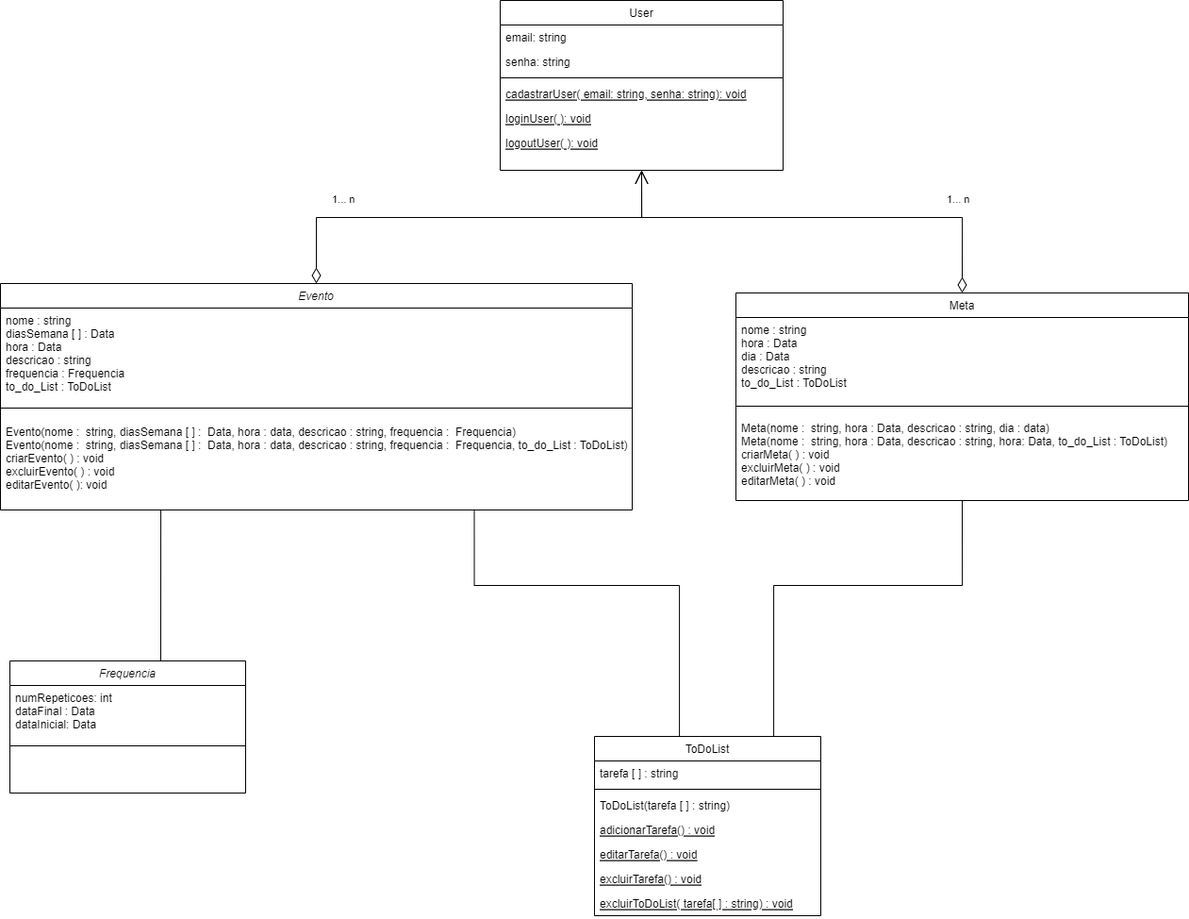
The draw.io diagram docs/_media/FGAgenda_v1.drawio.png in TaynaraCris/2021.2-FGAgenda, before a commit. Source tidied: cells renumbered, new cells last; positions are measured from the earlier drawing's top-left corner, leaving out a move shared by most shapes.
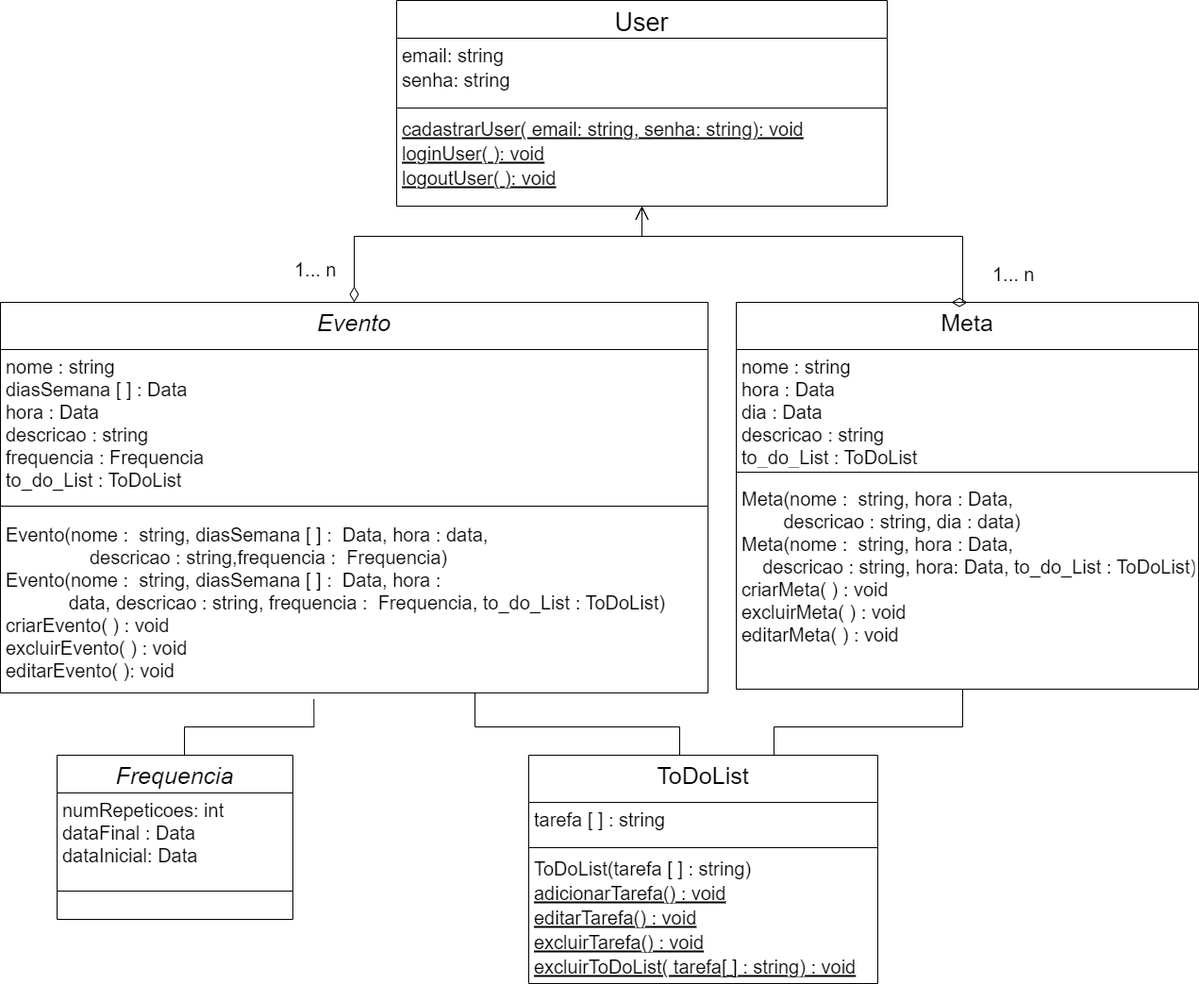
Above is the later version.

Commit message:
adicionando imagem de diagrama de classes

The edit, as a diff of the source:
```diff
@@ -2,124 +2,126 @@
   <root>
     <mxCell id="0" />
     <mxCell id="1" parent="0" />
-    <mxCell id="2" value="Evento" style="swimlane;fontStyle=2;align=center;verticalAlign=top;horizontal=1;startSize=26;rounded=0;shadow=0;strokeWidth=1;" parent="1" vertex="1">
-      <mxGeometry y="300" width="670" height="240" as="geometry" />
+    <mxCell id="2" value="Evento" style="swimlane;fontStyle=2;align=center;verticalAlign=top;horizontal=1;startSize=50;rounded=0;shadow=0;strokeWidth=1;fontSize=25;" parent="1" vertex="1">
+      <mxGeometry y="300" width="750" height="414" as="geometry" />
     </mxCell>
-    <mxCell id="3" value="nome : string&#10;diasSemana [ ] : Data&#10;hora : Data&#10;descricao : string&#10;frequencia : Frequencia&#10;to_do_List : ToDoList" style="text;align=left;verticalAlign=top;spacingLeft=4;spacingRight=4;overflow=hidden;rounded=0;shadow=0;html=0;" parent="2" vertex="1">
-      <mxGeometry y="26" width="670" height="94" as="geometry" />
+    <mxCell id="3" value="nome : string&#10;diasSemana [ ] : Data&#10;hora : Data&#10;descricao : string&#10;frequencia : Frequencia&#10;to_do_List : ToDoList" style="text;align=left;verticalAlign=top;spacingLeft=4;spacingRight=4;overflow=hidden;rounded=0;shadow=0;html=0;fontSize=20;" parent="2" vertex="1">
+      <mxGeometry y="50" width="750" height="154" as="geometry" />
     </mxCell>
-    <mxCell id="4" style="line;html=1;strokeWidth=1;align=left;verticalAlign=middle;spacingTop=-1;spacingLeft=3;spacingRight=3;labelPosition=right;" parent="2" vertex="1">
-      <mxGeometry y="120" width="670" height="24" as="geometry" />
+    <mxCell id="4" style="line;html=1;strokeWidth=1;align=left;verticalAlign=middle;spacingTop=-1;spacingLeft=3;spacingRight=3;labelPosition=right;fontSize=20;" parent="2" vertex="1">
+      <mxGeometry y="204" width="750" height="24" as="geometry" />
     </mxCell>
-    <mxCell id="5" value="Evento(nome :  string, diasSemana [ ] :  Data, hora : data, descricao : string, frequencia :  Frequencia)&#10;Evento(nome :  string, diasSemana [ ] :  Data, hora : data, descricao : string, frequencia :  Frequencia, to_do_List : ToDoList)&#10;criarEvento( ) : void&#10;excluirEvento( ) : void&#10;editarEvento( ): void" style="text;align=left;verticalAlign=top;spacingLeft=4;spacingRight=4;overflow=hidden;points=[[0,0.5],[1,0.5]];portConstraint=eastwest;" parent="2" vertex="1">
-      <mxGeometry y="144" width="670" height="76" as="geometry" />
+    <mxCell id="5" value="Evento(nome :  string, diasSemana [ ] :  Data, hora : data, &#10;                descricao : string,frequencia :  Frequencia)&#10;Evento(nome :  string, diasSemana [ ] :  Data, hora : &#10;            data, descricao : string, frequencia :  Frequencia, to_do_List : ToDoList)&#10;criarEvento( ) : void&#10;excluirEvento( ) : void&#10;editarEvento( ): void" style="text;align=left;verticalAlign=top;spacingLeft=4;spacingRight=4;overflow=hidden;points=[[0,0.5],[1,0.5]];portConstraint=eastwest;fontSize=20;" parent="2" vertex="1">
+      <mxGeometry y="228" width="750" height="186" as="geometry" />
     </mxCell>
-    <mxCell id="6" value="ToDoList" style="swimlane;fontStyle=0;align=center;verticalAlign=top;horizontal=1;startSize=26;rounded=0;shadow=0;strokeWidth=1;" parent="1" vertex="1">
-      <mxGeometry x="630" y="780" width="240" height="190" as="geometry" />
+    <mxCell id="6" value="ToDoList" style="swimlane;fontStyle=0;align=center;verticalAlign=top;horizontal=1;startSize=50;rounded=0;shadow=0;strokeWidth=1;fontSize=25;" parent="1" vertex="1">
+      <mxGeometry x="560" y="780" width="370" height="242" as="geometry" />
     </mxCell>
-    <mxCell id="7" value="tarefa [ ] : string " style="text;align=left;verticalAlign=top;spacingLeft=4;spacingRight=4;overflow=hidden;" parent="6" vertex="1">
-      <mxGeometry y="26" width="240" height="26" as="geometry" />
+    <mxCell id="7" value="tarefa [ ] : string " style="text;align=left;verticalAlign=top;spacingLeft=4;spacingRight=4;overflow=hidden;fontSize=20;" parent="6" vertex="1">
+      <mxGeometry y="50" width="370" height="44" as="geometry" />
     </mxCell>
-    <mxCell id="8" style="line;html=1;strokeWidth=1;align=left;verticalAlign=middle;spacingTop=-1;spacingLeft=3;spacingRight=3;labelPosition=right;" parent="6" vertex="1">
-      <mxGeometry y="52" width="240" height="8" as="geometry" />
+    <mxCell id="8" style="line;html=1;strokeWidth=1;align=left;verticalAlign=middle;spacingTop=-1;spacingLeft=3;spacingRight=3;labelPosition=right;fontSize=20;" parent="6" vertex="1">
+      <mxGeometry y="94" width="370" height="8" as="geometry" />
     </mxCell>
-    <mxCell id="9" value="ToDoList(tarefa [ ] : string)" style="text;align=left;verticalAlign=top;spacingLeft=4;spacingRight=4;overflow=hidden;fontStyle=0;" parent="6" vertex="1">
-      <mxGeometry y="60" width="240" height="26" as="geometry" />
+    <mxCell id="9" value="ToDoList(tarefa [ ] : string)" style="text;align=left;verticalAlign=top;spacingLeft=4;spacingRight=4;overflow=hidden;fontStyle=0;fontSize=20;" parent="6" vertex="1">
+      <mxGeometry y="102" width="370" height="26" as="geometry" />
     </mxCell>
-    <mxCell id="10" value="adicionarTarefa() : void" style="text;align=left;verticalAlign=top;spacingLeft=4;spacingRight=4;overflow=hidden;fontStyle=4;" parent="6" vertex="1">
-      <mxGeometry y="86" width="240" height="26" as="geometry" />
+    <mxCell id="10" value="adicionarTarefa() : void" style="text;align=left;verticalAlign=top;spacingLeft=4;spacingRight=4;overflow=hidden;fontStyle=4;fontSize=20;" parent="6" vertex="1">
+      <mxGeometry y="128" width="370" height="26" as="geometry" />
     </mxCell>
-    <mxCell id="11" value="editarTarefa() : void" style="text;align=left;verticalAlign=top;spacingLeft=4;spacingRight=4;overflow=hidden;fontStyle=4;" parent="6" vertex="1">
-      <mxGeometry y="112" width="240" height="26" as="geometry" />
+    <mxCell id="11" value="editarTarefa() : void" style="text;align=left;verticalAlign=top;spacingLeft=4;spacingRight=4;overflow=hidden;fontStyle=4;fontSize=20;" parent="6" vertex="1">
+      <mxGeometry y="154" width="370" height="26" as="geometry" />
     </mxCell>
-    <mxCell id="12" value="excluirTarefa() : void" style="text;align=left;verticalAlign=top;spacingLeft=4;spacingRight=4;overflow=hidden;fontStyle=4;" parent="6" vertex="1">
-      <mxGeometry y="138" width="240" height="26" as="geometry" />
+    <mxCell id="12" value="excluirTarefa() : void" style="text;align=left;verticalAlign=top;spacingLeft=4;spacingRight=4;overflow=hidden;fontStyle=4;fontSize=20;" parent="6" vertex="1">
+      <mxGeometry y="180" width="370" height="26" as="geometry" />
     </mxCell>
-    <mxCell id="13" value="excluirToDoList( tarefa[ ] : string) : void" style="text;align=left;verticalAlign=top;spacingLeft=4;spacingRight=4;overflow=hidden;fontStyle=4;" parent="6" vertex="1">
-      <mxGeometry y="164" width="240" height="26" as="geometry" />
+    <mxCell id="13" value="excluirToDoList( tarefa[ ] : string) : void" style="text;align=left;verticalAlign=top;spacingLeft=4;spacingRight=4;overflow=hidden;fontStyle=4;fontSize=20;" parent="6" vertex="1">
+      <mxGeometry y="206" width="370" height="26" as="geometry" />
     </mxCell>
-    <mxCell id="14" value="Meta" style="swimlane;fontStyle=0;align=center;verticalAlign=top;horizontal=1;startSize=26;rounded=0;shadow=0;strokeWidth=1;" parent="1" vertex="1">
-      <mxGeometry x="780" y="310" width="480" height="220" as="geometry" />
+    <mxCell id="14" value="Meta" style="swimlane;fontStyle=0;align=center;verticalAlign=top;horizontal=1;startSize=50;rounded=0;shadow=0;strokeWidth=1;fontSize=25;" parent="1" vertex="1">
+      <mxGeometry x="780" y="300" width="490" height="410" as="geometry" />
     </mxCell>
-    <mxCell id="15" value="nome : string&#10;hora : Data&#10;dia : Data&#10;descricao : string&#10;to_do_List : ToDoList" style="text;align=left;verticalAlign=top;spacingLeft=4;spacingRight=4;overflow=hidden;" parent="14" vertex="1">
-      <mxGeometry y="26" width="480" height="84" as="geometry" />
+    <mxCell id="15" value="nome : string&#10;hora : Data&#10;dia : Data&#10;descricao : string&#10;to_do_List : ToDoList" style="text;align=left;verticalAlign=top;spacingLeft=4;spacingRight=4;overflow=hidden;fontSize=20;" parent="14" vertex="1">
+      <mxGeometry y="50" width="490" height="120" as="geometry" />
     </mxCell>
-    <mxCell id="16" style="line;html=1;strokeWidth=1;align=left;verticalAlign=middle;spacingTop=-1;spacingLeft=3;spacingRight=3;labelPosition=right;" parent="14" vertex="1">
-      <mxGeometry y="110" width="480" height="20" as="geometry" />
+    <mxCell id="16" style="line;html=1;strokeWidth=1;align=left;verticalAlign=middle;spacingTop=-1;spacingLeft=3;spacingRight=3;labelPosition=right;fontSize=20;" parent="14" vertex="1">
+      <mxGeometry y="170" width="490" height="20" as="geometry" />
     </mxCell>
-    <mxCell id="17" value="Meta(nome :  string, hora : Data, descricao : string, dia : data)&#10;Meta(nome :  string, hora : Data, descricao : string, hora: Data, to_do_List : ToDoList)&#10;criarMeta( ) : void&#10;excluirMeta( ) : void&#10;editarMeta( ) : void" style="text;align=left;verticalAlign=top;spacingLeft=4;spacingRight=4;overflow=hidden;" parent="14" vertex="1">
-      <mxGeometry y="130" width="480" height="90" as="geometry" />
+    <mxCell id="17" value="Meta(nome :  string, hora : Data, &#10;        descricao : string, dia : data)&#10;Meta(nome :  string, hora : Data, &#10;    descricao : string, hora: Data, to_do_List : ToDoList)&#10;criarMeta( ) : void&#10;excluirMeta( ) : void&#10;editarMeta( ) : void" style="text;align=left;verticalAlign=top;spacingLeft=4;spacingRight=4;overflow=hidden;fontSize=20;" parent="14" vertex="1">
+      <mxGeometry y="190" width="490" height="174" as="geometry" />
     </mxCell>
-    <mxCell id="18" value="User" style="swimlane;fontStyle=0;align=center;verticalAlign=top;horizontal=1;startSize=26;rounded=0;shadow=0;strokeWidth=1;" parent="1" vertex="1">
-      <mxGeometry x="530" width="300" height="180" as="geometry" />
+    <mxCell id="18" value="User" style="swimlane;fontStyle=0;align=center;verticalAlign=top;horizontal=1;startSize=40;rounded=0;shadow=0;strokeWidth=1;fontSize=27;" parent="1" vertex="1">
+      <mxGeometry x="420" y="-20" width="520" height="218" as="geometry" />
     </mxCell>
-    <mxCell id="19" value="email: string" style="text;align=left;verticalAlign=top;spacingLeft=4;spacingRight=4;overflow=hidden;" parent="18" vertex="1">
-      <mxGeometry y="26" width="300" height="26" as="geometry" />
+    <mxCell id="19" value="email: string" style="text;align=left;verticalAlign=top;spacingLeft=4;spacingRight=4;overflow=hidden;fontSize=20;" parent="18" vertex="1">
+      <mxGeometry y="40" width="520" height="26" as="geometry" />
     </mxCell>
-    <mxCell id="20" value="senha: string" style="text;align=left;verticalAlign=top;spacingLeft=4;spacingRight=4;overflow=hidden;rounded=0;shadow=0;html=0;" parent="18" vertex="1">
-      <mxGeometry y="52" width="300" height="26" as="geometry" />
+    <mxCell id="20" value="senha: string" style="text;align=left;verticalAlign=top;spacingLeft=4;spacingRight=4;overflow=hidden;rounded=0;shadow=0;html=0;fontSize=20;" parent="18" vertex="1">
+      <mxGeometry y="66" width="520" height="44" as="geometry" />
     </mxCell>
-    <mxCell id="21" style="line;html=1;strokeWidth=1;align=left;verticalAlign=middle;spacingTop=-1;spacingLeft=3;spacingRight=3;labelPosition=right;" parent="18" vertex="1">
-      <mxGeometry y="78" width="300" height="8" as="geometry" />
+    <mxCell id="21" style="line;html=1;strokeWidth=1;align=left;verticalAlign=middle;spacingTop=-1;spacingLeft=3;spacingRight=3;labelPosition=right;fontSize=20;" parent="18" vertex="1">
+      <mxGeometry y="110" width="520" height="8" as="geometry" />
     </mxCell>
-    <mxCell id="22" value="cadastrarUser( email: string, senha: string): void" style="text;align=left;verticalAlign=top;spacingLeft=4;spacingRight=4;overflow=hidden;fontStyle=4;" parent="18" vertex="1">
-      <mxGeometry y="86" width="300" height="26" as="geometry" />
+    <mxCell id="22" value="cadastrarUser( email: string, senha: string): void" style="text;align=left;verticalAlign=top;spacingLeft=4;spacingRight=4;overflow=hidden;fontStyle=4;fontSize=20;" parent="18" vertex="1">
+      <mxGeometry y="118" width="520" height="26" as="geometry" />
     </mxCell>
-    <mxCell id="23" value="loginUser( ): void" style="text;align=left;verticalAlign=top;spacingLeft=4;spacingRight=4;overflow=hidden;fontStyle=4;" parent="18" vertex="1">
-      <mxGeometry y="112" width="300" height="26" as="geometry" />
+    <mxCell id="23" value="loginUser( ): void" style="text;align=left;verticalAlign=top;spacingLeft=4;spacingRight=4;overflow=hidden;fontStyle=4;fontSize=20;" parent="18" vertex="1">
+      <mxGeometry y="144" width="520" height="26" as="geometry" />
     </mxCell>
-    <mxCell id="24" value="logoutUser( ): void" style="text;align=left;verticalAlign=top;spacingLeft=4;spacingRight=4;overflow=hidden;fontStyle=4;" parent="18" vertex="1">
-      <mxGeometry y="138" width="300" height="22" as="geometry" />
+    <mxCell id="24" value="logoutUser( ): void" style="text;align=left;verticalAlign=top;spacingLeft=4;spacingRight=4;overflow=hidden;fontStyle=4;fontSize=20;" parent="18" vertex="1">
+      <mxGeometry y="170" width="520" height="48" as="geometry" />
     </mxCell>
-    <mxCell id="25" value="Frequencia" style="swimlane;fontStyle=2;align=center;verticalAlign=top;horizontal=1;startSize=26;rounded=0;shadow=0;strokeWidth=1;" parent="1" vertex="1">
-      <mxGeometry x="10" y="700" width="250" height="140" as="geometry" />
+    <mxCell id="25" value="Frequencia" style="swimlane;fontStyle=2;align=center;verticalAlign=top;horizontal=1;startSize=40;rounded=0;shadow=0;strokeWidth=1;fontSize=25;" parent="1" vertex="1">
+      <mxGeometry x="60" y="780" width="250" height="174" as="geometry" />
     </mxCell>
-    <mxCell id="26" value="numRepeticoes: int&#10;dataFinal : Data&#10;dataInicial: Data" style="text;align=left;verticalAlign=top;spacingLeft=4;spacingRight=4;overflow=hidden;rounded=0;shadow=0;html=0;" parent="25" vertex="1">
-      <mxGeometry y="26" width="250" height="54" as="geometry" />
+    <mxCell id="26" value="numRepeticoes: int&#10;dataFinal : Data&#10;dataInicial: Data" style="text;align=left;verticalAlign=top;spacingLeft=4;spacingRight=4;overflow=hidden;rounded=0;shadow=0;html=0;fontSize=20;" parent="25" vertex="1">
+      <mxGeometry y="40" width="250" height="74" as="geometry" />
     </mxCell>
-    <mxCell id="27" style="line;html=1;strokeWidth=1;align=left;verticalAlign=middle;spacingTop=-1;spacingLeft=3;spacingRight=3;labelPosition=right;" parent="25" vertex="1">
-      <mxGeometry y="80" width="250" height="20" as="geometry" />
+    <mxCell id="27" style="line;html=1;strokeWidth=1;align=left;verticalAlign=middle;spacingTop=-1;spacingLeft=3;spacingRight=3;labelPosition=right;fontSize=20;" parent="25" vertex="1">
+      <mxGeometry y="114" width="250" height="60" as="geometry" />
     </mxCell>
-    <mxCell id="28" style="endArrow=none;html=1;edgeStyle=orthogonalEdgeStyle;rounded=0;exitX=0.75;exitY=0;exitDx=0;exitDy=0;entryX=0.5;entryY=1;entryDx=0;entryDy=0;" parent="1" edge="1" source="6" target="14">
+    <mxCell id="28" style="endArrow=none;html=1;edgeStyle=orthogonalEdgeStyle;rounded=0;exitX=0.75;exitY=0;exitDx=0;exitDy=0;entryX=0.5;entryY=1;entryDx=0;entryDy=0;fontSize=20;" parent="1" edge="1" source="6" target="14">
       <mxGeometry relative="1" as="geometry">
         <Array as="points">
           <mxPoint x="820" y="780" />
-          <mxPoint x="820" y="620" />
-          <mxPoint x="1020" y="620" />
+          <mxPoint x="820" y="750" />
+          <mxPoint x="1020" y="750" />
         </Array>
       </mxGeometry>
     </mxCell>
-    <mxCell id="29" style="endArrow=none;html=1;edgeStyle=orthogonalEdgeStyle;rounded=0;entryX=0.75;entryY=1;entryDx=0;entryDy=0;" parent="1" edge="1" source="6" target="2">
+    <mxCell id="29" style="endArrow=none;html=1;edgeStyle=orthogonalEdgeStyle;rounded=0;fontSize=20;" parent="1" edge="1" source="6">
       <mxGeometry relative="1" as="geometry">
+        <mxPoint x="503" y="714" as="targetPoint" />
         <Array as="points">
-          <mxPoint x="720" y="620" />
-          <mxPoint x="503" y="620" />
+          <mxPoint x="720" y="750" />
+          <mxPoint x="503" y="750" />
+          <mxPoint x="503" y="714" />
         </Array>
       </mxGeometry>
     </mxCell>
-    <mxCell id="30" value="1... n" style="endArrow=open;html=1;endSize=12;startArrow=diamondThin;startSize=14;startFill=0;edgeStyle=orthogonalEdgeStyle;align=left;verticalAlign=bottom;rounded=0;entryX=0.5;entryY=1;entryDx=0;entryDy=0;exitX=0.5;exitY=0;exitDx=0;exitDy=0;" parent="1" edge="1" source="2" target="18">
-      <mxGeometry x="-0.63" y="10" relative="1" as="geometry">
+    <mxCell id="30" value="1... n" style="endArrow=open;html=1;endSize=12;startArrow=diamondThin;startSize=14;startFill=0;edgeStyle=orthogonalEdgeStyle;align=left;verticalAlign=bottom;rounded=0;entryX=0.5;entryY=1;entryDx=0;entryDy=0;exitX=0.5;exitY=0;exitDx=0;exitDy=0;fontSize=20;" parent="1" edge="1" source="2" target="18">
+      <mxGeometry x="-0.9" y="65" relative="1" as="geometry">
         <Array as="points">
-          <mxPoint x="335" y="230" />
+          <mxPoint x="375" y="230" />
           <mxPoint x="680" y="230" />
         </Array>
       </mxGeometry>
     </mxCell>
-    <mxCell id="31" value="1... n" style="endArrow=open;html=1;endSize=12;startArrow=diamondThin;startSize=14;startFill=0;edgeStyle=orthogonalEdgeStyle;align=left;verticalAlign=bottom;rounded=0;exitX=0.5;exitY=0;exitDx=0;exitDy=0;entryX=0.5;entryY=1;entryDx=0;entryDy=0;" parent="1" edge="1" source="14" target="18">
-      <mxGeometry x="-0.58" y="-10" relative="1" as="geometry">
+    <mxCell id="31" value="1... n" style="endArrow=open;html=1;endSize=12;startArrow=diamondThin;startSize=14;startFill=0;edgeStyle=orthogonalEdgeStyle;align=left;verticalAlign=bottom;rounded=0;exitX=0.5;exitY=0;exitDx=0;exitDy=0;entryX=0.5;entryY=1;entryDx=0;entryDy=0;fontSize=20;" parent="1" edge="1" source="14" target="18">
+      <mxGeometry x="-0.91" y="-30" relative="1" as="geometry">
         <Array as="points">
           <mxPoint x="1020" y="230" />
           <mxPoint x="680" y="230" />
         </Array>
       </mxGeometry>
     </mxCell>
-    <mxCell id="32" style="endArrow=none;html=1;edgeStyle=orthogonalEdgeStyle;rounded=0;entryX=0.25;entryY=1;entryDx=0;entryDy=0;" parent="1" edge="1" target="2">
-      <mxGeometry relative="1" as="geometry">
-        <mxPoint x="170" y="700" as="sourcePoint" />
-        <Array as="points">
-          <mxPoint x="170" y="540" />
-        </Array>
-      </mxGeometry>
-    </mxCell>
+    <mxCell id="33" style="endArrow=none;html=1;edgeStyle=orthogonalEdgeStyle;rounded=0;fontSize=20;exitX=0.5;exitY=0;exitDx=0;exitDy=0;entryX=0.443;entryY=1.036;entryDx=0;entryDy=0;entryPerimeter=0;" parent="1" edge="1" source="25" target="5">
+      <mxGeometry relative="1" as="geometry">
+        <Array as="points">
+          <mxPoint x="195" y="750" />
+          <mxPoint x="332" y="750" />
+        </Array>
+      </mxGeometry>
+    </mxCell>
   </root>
 </mxGraphModel>
```
